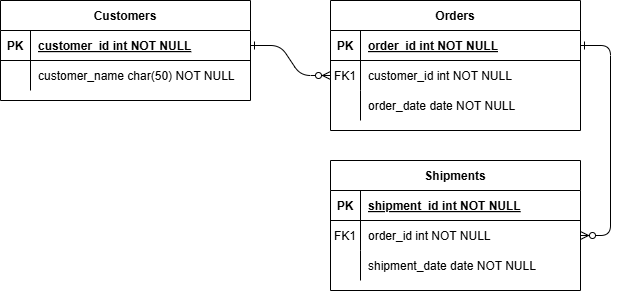
Above: Untitled Diagram.drawio.png in azizadiab/Driving-License-Department (draw.io), before the change. Source tidied: cells renumbered, new cells last; positions are measured from the earlier drawing's top-left corner, leaving out a move shared by most shapes. Source of this version:
```xml
<mxGraphModel>
  <root>
    <mxCell id="0" />
    <mxCell id="1" parent="0" />
    <mxCell id="2" style="edgeStyle=entityRelationEdgeStyle;endArrow=ERzeroToMany;startArrow=ERone;endFill=1;startFill=0;" parent="1" edge="1" source="25" target="8">
      <mxGeometry relative="1" as="geometry" />
    </mxCell>
    <mxCell id="3" style="edgeStyle=entityRelationEdgeStyle;endArrow=ERzeroToMany;startArrow=ERone;endFill=1;startFill=0;" parent="1" edge="1" source="5" target="18">
      <mxGeometry relative="1" as="geometry" />
    </mxCell>
    <mxCell id="4" value="Orders" style="shape=table;startSize=30;rowLines=0;fontStyle=1;align=center;" parent="1" vertex="1">
      <mxGeometry x="330" width="250" height="130" as="geometry" />
    </mxCell>
    <mxCell id="5" style="shape=partialRectangle;fillColor=none;points=[[0,0.5],[1,0.5]];portConstraint=eastwest;top=0;left=0;right=0;bottom=1;" parent="4" vertex="1">
      <mxGeometry y="30" width="250" height="30" as="geometry" />
    </mxCell>
    <mxCell id="6" value="PK" style="shape=partialRectangle;overflow=hidden;fillColor=none;top=0;left=0;bottom=0;right=0;fontStyle=1;" parent="5" vertex="1">
      <mxGeometry width="30" height="30" as="geometry" />
    </mxCell>
    <mxCell id="7" value="order_id int NOT NULL " style="shape=partialRectangle;overflow=hidden;fillColor=none;top=0;left=0;bottom=0;right=0;align=left;spacingLeft=6;fontStyle=5;" parent="5" vertex="1">
      <mxGeometry x="30" width="220" height="30" as="geometry" />
    </mxCell>
    <mxCell id="8" style="shape=partialRectangle;fillColor=none;points=[[0,0.5],[1,0.5]];portConstraint=eastwest;top=0;left=0;right=0;bottom=0;" parent="4" vertex="1">
      <mxGeometry y="60" width="250" height="30" as="geometry" />
    </mxCell>
    <mxCell id="9" value="FK1" style="shape=partialRectangle;overflow=hidden;fillColor=none;top=0;left=0;bottom=0;right=0;" parent="8" vertex="1">
      <mxGeometry width="30" height="30" as="geometry" />
    </mxCell>
    <mxCell id="10" value="customer_id int NOT NULL" style="shape=partialRectangle;overflow=hidden;fillColor=none;top=0;left=0;bottom=0;right=0;align=left;spacingLeft=6;" parent="8" vertex="1">
      <mxGeometry x="30" width="220" height="30" as="geometry" />
    </mxCell>
    <mxCell id="11" style="shape=partialRectangle;fillColor=none;top=0;left=0;right=0;bottom=0;" parent="4" vertex="1">
      <mxGeometry y="90" width="250" height="30" as="geometry" />
    </mxCell>
    <mxCell id="12" style="shape=partialRectangle;overflow=hidden;fillColor=none;top=0;left=0;bottom=0;right=0;" parent="11" vertex="1">
      <mxGeometry width="30" height="30" as="geometry" />
    </mxCell>
    <mxCell id="13" value="order_date date NOT NULL" style="shape=partialRectangle;overflow=hidden;fillColor=none;top=0;left=0;bottom=0;right=0;align=left;spacingLeft=6;" parent="11" vertex="1">
      <mxGeometry x="30" width="220" height="30" as="geometry" />
    </mxCell>
    <mxCell id="14" value="Shipments" style="shape=table;startSize=30;rowLines=0;fontStyle=1;align=center;" parent="1" vertex="1">
      <mxGeometry x="330" y="160" width="250" height="130" as="geometry" />
    </mxCell>
    <mxCell id="15" style="shape=partialRectangle;fillColor=none;top=0;left=0;right=0;bottom=1;" parent="14" vertex="1">
      <mxGeometry y="30" width="250" height="30" as="geometry" />
    </mxCell>
    <mxCell id="16" value="PK" style="shape=partialRectangle;overflow=hidden;fillColor=none;top=0;left=0;bottom=0;right=0;fontStyle=1;" parent="15" vertex="1">
      <mxGeometry width="30" height="30" as="geometry" />
    </mxCell>
    <mxCell id="17" value="shipment_id int NOT NULL " style="shape=partialRectangle;overflow=hidden;fillColor=none;top=0;left=0;bottom=0;right=0;align=left;spacingLeft=6;fontStyle=5;" parent="15" vertex="1">
      <mxGeometry x="30" width="220" height="30" as="geometry" />
    </mxCell>
    <mxCell id="18" style="shape=partialRectangle;fillColor=none;points=[[0,0.5],[1,0.5]];portConstraint=eastwest;top=0;left=0;right=0;bottom=0;" parent="14" vertex="1">
      <mxGeometry y="60" width="250" height="30" as="geometry" />
    </mxCell>
    <mxCell id="19" value="FK1" style="shape=partialRectangle;overflow=hidden;fillColor=none;top=0;left=0;bottom=0;right=0;" parent="18" vertex="1">
      <mxGeometry width="30" height="30" as="geometry" />
    </mxCell>
    <mxCell id="20" value="order_id int NOT NULL" style="shape=partialRectangle;overflow=hidden;fillColor=none;top=0;left=0;bottom=0;right=0;align=left;spacingLeft=6;" parent="18" vertex="1">
      <mxGeometry x="30" width="220" height="30" as="geometry" />
    </mxCell>
    <mxCell id="21" style="shape=partialRectangle;fillColor=none;top=0;left=0;right=0;bottom=0;" parent="14" vertex="1">
      <mxGeometry y="90" width="250" height="30" as="geometry" />
    </mxCell>
    <mxCell id="22" style="shape=partialRectangle;overflow=hidden;fillColor=none;top=0;left=0;bottom=0;right=0;" parent="21" vertex="1">
      <mxGeometry width="30" height="30" as="geometry" />
    </mxCell>
    <mxCell id="23" value="shipment_date date NOT NULL" style="shape=partialRectangle;overflow=hidden;fillColor=none;top=0;left=0;bottom=0;right=0;align=left;spacingLeft=6;" parent="21" vertex="1">
      <mxGeometry x="30" width="220" height="30" as="geometry" />
    </mxCell>
    <mxCell id="24" value="Customers" style="shape=table;startSize=30;rowLines=0;fontStyle=1;align=center;" parent="1" vertex="1">
      <mxGeometry width="250" height="100" as="geometry" />
    </mxCell>
    <mxCell id="25" style="shape=partialRectangle;fillColor=none;points=[[0,0.5],[1,0.5]];portConstraint=eastwest;top=0;left=0;right=0;bottom=1;" parent="24" vertex="1">
      <mxGeometry y="30" width="250" height="30" as="geometry" />
    </mxCell>
    <mxCell id="26" value="PK" style="shape=partialRectangle;overflow=hidden;fillColor=none;top=0;left=0;bottom=0;right=0;fontStyle=1;" parent="25" vertex="1">
      <mxGeometry width="30" height="30" as="geometry" />
    </mxCell>
    <mxCell id="27" value="customer_id int NOT NULL " style="shape=partialRectangle;overflow=hidden;fillColor=none;top=0;left=0;bottom=0;right=0;align=left;spacingLeft=6;fontStyle=5;" parent="25" vertex="1">
      <mxGeometry x="30" width="220" height="30" as="geometry" />
    </mxCell>
    <mxCell id="28" style="shape=partialRectangle;fillColor=none;top=0;left=0;right=0;bottom=0;" parent="24" vertex="1">
      <mxGeometry y="60" width="250" height="30" as="geometry" />
    </mxCell>
    <mxCell id="29" style="shape=partialRectangle;overflow=hidden;fillColor=none;top=0;left=0;bottom=0;right=0;" parent="28" vertex="1">
      <mxGeometry width="30" height="30" as="geometry" />
    </mxCell>
    <mxCell id="30" value="customer_name char(50) NOT NULL" style="shape=partialRectangle;overflow=hidden;fillColor=none;top=0;left=0;bottom=0;right=0;align=left;spacingLeft=6;" parent="28" vertex="1">
      <mxGeometry x="30" width="220" height="30" as="geometry" />
    </mxCell>
  </root>
</mxGraphModel>
```
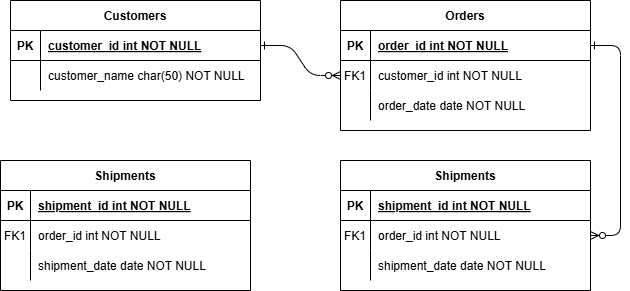
Later version of the same file.

Change to the diagram source:
```diff
@@ -89,5 +89,35 @@
     <mxCell id="30" value="customer_name char(50) NOT NULL" style="shape=partialRectangle;overflow=hidden;fillColor=none;top=0;left=0;bottom=0;right=0;align=left;spacingLeft=6;" parent="28" vertex="1">
       <mxGeometry x="30" width="220" height="30" as="geometry" />
     </mxCell>
+    <mxCell id="31" value="Shipments" style="shape=table;startSize=30;rowLines=0;fontStyle=1;align=center;" parent="1" vertex="1">
+      <mxGeometry x="-10" y="160" width="250" height="130" as="geometry" />
+    </mxCell>
+    <mxCell id="32" style="shape=partialRectangle;fillColor=none;top=0;left=0;right=0;bottom=1;" parent="31" vertex="1">
+      <mxGeometry y="30" width="250" height="30" as="geometry" />
+    </mxCell>
+    <mxCell id="33" value="PK" style="shape=partialRectangle;overflow=hidden;fillColor=none;top=0;left=0;bottom=0;right=0;fontStyle=1;" parent="32" vertex="1">
+      <mxGeometry width="30" height="30" as="geometry" />
+    </mxCell>
+    <mxCell id="34" value="shipment_id int NOT NULL " style="shape=partialRectangle;overflow=hidden;fillColor=none;top=0;left=0;bottom=0;right=0;align=left;spacingLeft=6;fontStyle=5;" parent="32" vertex="1">
+      <mxGeometry x="30" width="220" height="30" as="geometry" />
+    </mxCell>
+    <mxCell id="35" style="shape=partialRectangle;fillColor=none;top=0;left=0;right=0;bottom=0;" parent="31" vertex="1">
+      <mxGeometry y="60" width="250" height="30" as="geometry" />
+    </mxCell>
+    <mxCell id="36" value="FK1" style="shape=partialRectangle;overflow=hidden;fillColor=none;top=0;left=0;bottom=0;right=0;" parent="35" vertex="1">
+      <mxGeometry width="30" height="30" as="geometry" />
+    </mxCell>
+    <mxCell id="37" value="order_id int NOT NULL" style="shape=partialRectangle;overflow=hidden;fillColor=none;top=0;left=0;bottom=0;right=0;align=left;spacingLeft=6;" parent="35" vertex="1">
+      <mxGeometry x="30" width="220" height="30" as="geometry" />
+    </mxCell>
+    <mxCell id="38" style="shape=partialRectangle;fillColor=none;top=0;left=0;right=0;bottom=0;" parent="31" vertex="1">
+      <mxGeometry y="90" width="250" height="30" as="geometry" />
+    </mxCell>
+    <mxCell id="39" style="shape=partialRectangle;overflow=hidden;fillColor=none;top=0;left=0;bottom=0;right=0;" parent="38" vertex="1">
+      <mxGeometry width="30" height="30" as="geometry" />
+    </mxCell>
+    <mxCell id="40" value="shipment_date date NOT NULL" style="shape=partialRectangle;overflow=hidden;fillColor=none;top=0;left=0;bottom=0;right=0;align=left;spacingLeft=6;" parent="38" vertex="1">
+      <mxGeometry x="30" width="220" height="30" as="geometry" />
+    </mxCell>
   </root>
 </mxGraphModel>
```
